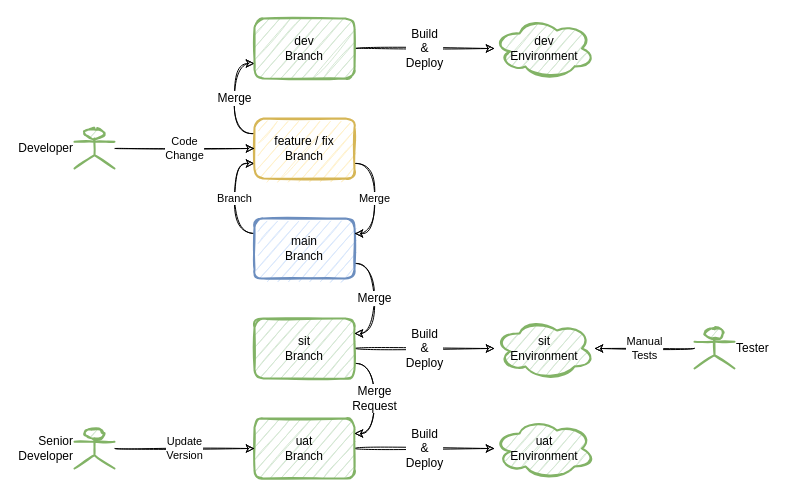
The draw.io diagram page "02-Release Flow" (2 of 7) of gitlab-flow.drawio in andylke/docs-gitlab-flow, before the edit. Source tidied: cells renumbered, new cells numbered last; positions are measured from the earlier drawing's top-left corner, leaving out a move shared by most shapes. Both pictures are drawn from the tidied source at 100%, with x=0, y=0 at pixel (74, 18).
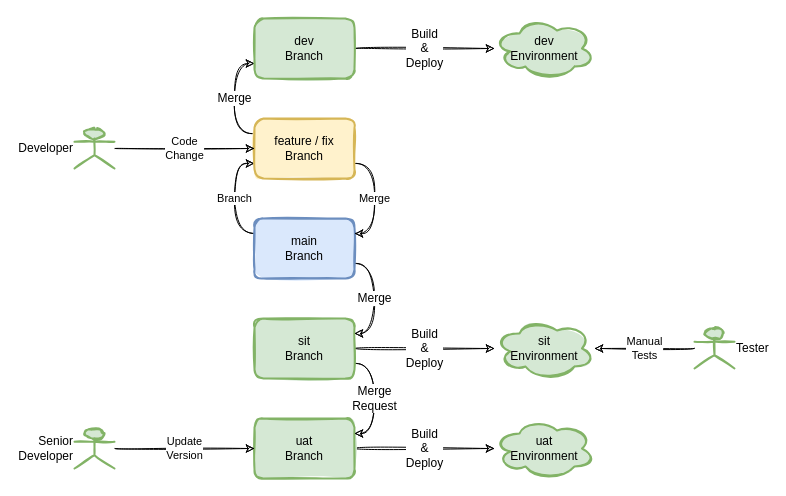
The same diagram, later.

Change to the diagram source:
```diff
@@
-    <mxCell id="3" value="uat&lt;br&gt;Branch" style="rounded=1;whiteSpace=wrap;html=1;sketch=1;fontSize=12;strokeColor=#82b366;strokeWidth=2;fillColor=#d5e8d4;" parent="1" vertex="1">
+    <mxCell id="3" value="uat&lt;br&gt;Branch" style="rounded=1;whiteSpace=wrap;html=1;sketch=1;fontSize=12;strokeColor=#82b366;strokeWidth=2;fillColor=#d5e8d4;fillStyle=solid;" parent="1" vertex="1">
       <mxGeometry x="180" y="400" width="100" height="60" as="geometry" />
     </mxCell>
@@
-    <mxCell id="6" value="sit&lt;br&gt;Branch" style="rounded=1;whiteSpace=wrap;html=1;sketch=1;fontSize=12;strokeColor=#82b366;strokeWidth=2;fillColor=#d5e8d4;" parent="1" vertex="1">
+    <mxCell id="6" value="sit&lt;br&gt;Branch" style="rounded=1;whiteSpace=wrap;html=1;sketch=1;fontSize=12;strokeColor=#82b366;strokeWidth=2;fillColor=#d5e8d4;fillStyle=solid;" parent="1" vertex="1">
       <mxGeometry x="180" y="300" width="100" height="60" as="geometry" />
     </mxCell>
@@
-    <mxCell id="9" value="main&lt;br&gt;Branch" style="rounded=1;whiteSpace=wrap;html=1;sketch=1;fontSize=12;strokeColor=#6c8ebf;strokeWidth=2;fillColor=#dae8fc;" parent="1" vertex="1">
+    <mxCell id="9" value="main&lt;br&gt;Branch" style="rounded=1;whiteSpace=wrap;html=1;sketch=1;fontSize=12;strokeColor=#6c8ebf;strokeWidth=2;fillColor=#dae8fc;fillStyle=solid;" parent="1" vertex="1">
       <mxGeometry x="180" y="200" width="100" height="60" as="geometry" />
     </mxCell>
@@
-    <mxCell id="12" value="feature / fix&lt;br&gt;Branch" style="rounded=1;whiteSpace=wrap;html=1;sketch=1;fontSize=12;strokeColor=#d6b656;strokeWidth=2;fillColor=#fff2cc;" parent="1" vertex="1">
+    <mxCell id="12" value="feature / fix&lt;br&gt;Branch" style="rounded=1;whiteSpace=wrap;html=1;sketch=1;fontSize=12;strokeColor=#d6b656;strokeWidth=2;fillColor=#fff2cc;fillStyle=solid;" parent="1" vertex="1">
       <mxGeometry x="180" y="100" width="100" height="60" as="geometry" />
     </mxCell>
@@
-    <mxCell id="14" value="dev&lt;br&gt;Branch" style="rounded=1;whiteSpace=wrap;html=1;sketch=1;fontSize=12;strokeColor=#82b366;strokeWidth=2;fillColor=#d5e8d4;" parent="1" vertex="1">
+    <mxCell id="14" value="dev&lt;br&gt;Branch" style="rounded=1;whiteSpace=wrap;html=1;sketch=1;fontSize=12;strokeColor=#82b366;strokeWidth=2;fillColor=#d5e8d4;fillStyle=solid;" parent="1" vertex="1">
       <mxGeometry x="180" width="100" height="60" as="geometry" />
     </mxCell>
-    <mxCell id="15" value="dev&lt;br&gt;Environment" style="ellipse;shape=cloud;whiteSpace=wrap;html=1;rounded=1;sketch=1;fontSize=12;strokeColor=#82b366;strokeWidth=2;fillColor=#d5e8d4;" parent="1" vertex="1">
+    <mxCell id="15" value="dev&lt;br&gt;Environment" style="ellipse;shape=cloud;whiteSpace=wrap;html=1;rounded=1;sketch=1;fontSize=12;strokeColor=#82b366;strokeWidth=2;fillColor=#d5e8d4;fillStyle=solid;" parent="1" vertex="1">
       <mxGeometry x="420" width="100" height="60" as="geometry" />
     </mxCell>
-    <mxCell id="16" value="sit&lt;br&gt;Environment" style="ellipse;shape=cloud;whiteSpace=wrap;html=1;rounded=1;sketch=1;fontSize=12;strokeColor=#82b366;strokeWidth=2;fillColor=#d5e8d4;" parent="1" vertex="1">
+    <mxCell id="16" value="sit&lt;br&gt;Environment" style="ellipse;shape=cloud;whiteSpace=wrap;html=1;rounded=1;sketch=1;fontSize=12;strokeColor=#82b366;strokeWidth=2;fillColor=#d5e8d4;fillStyle=solid;" parent="1" vertex="1">
       <mxGeometry x="420" y="300" width="100" height="60" as="geometry" />
     </mxCell>
-    <mxCell id="17" value="uat&lt;br&gt;Environment" style="ellipse;shape=cloud;whiteSpace=wrap;html=1;rounded=1;sketch=1;fontSize=12;strokeColor=#82b366;strokeWidth=2;fillColor=#d5e8d4;" parent="1" vertex="1">
+    <mxCell id="17" value="uat&lt;br&gt;Environment" style="ellipse;shape=cloud;whiteSpace=wrap;html=1;rounded=1;sketch=1;fontSize=12;strokeColor=#82b366;strokeWidth=2;fillColor=#d5e8d4;fillStyle=solid;" parent="1" vertex="1">
       <mxGeometry x="420" y="400" width="100" height="60" as="geometry" />
     </mxCell>
@@
-    <mxCell id="19" value="Developer" style="shape=umlActor;verticalLabelPosition=middle;verticalAlign=middle;html=1;outlineConnect=0;sketch=1;labelPosition=left;align=right;fillColor=#d5e8d4;strokeColor=#82b366;strokeWidth=2;" parent="1" vertex="1">
+    <mxCell id="19" value="Developer" style="shape=umlActor;verticalLabelPosition=middle;verticalAlign=middle;html=1;outlineConnect=0;sketch=1;labelPosition=left;align=right;fillColor=#d5e8d4;strokeColor=#82b366;strokeWidth=2;fillStyle=solid;" parent="1" vertex="1">
       <mxGeometry y="110" width="40" height="40" as="geometry" />
     </mxCell>
@@
-    <mxCell id="21" value="Senior&lt;br&gt;Developer" style="shape=umlActor;verticalLabelPosition=middle;verticalAlign=middle;html=1;outlineConnect=0;sketch=1;labelPosition=left;align=right;strokeWidth=2;fillColor=#d5e8d4;strokeColor=#82b366;" parent="1" vertex="1">
+    <mxCell id="21" value="Senior&lt;br&gt;Developer" style="shape=umlActor;verticalLabelPosition=middle;verticalAlign=middle;html=1;outlineConnect=0;sketch=1;labelPosition=left;align=right;strokeWidth=2;fillColor=#d5e8d4;strokeColor=#82b366;fillStyle=solid;" parent="1" vertex="1">
       <mxGeometry y="410" width="40" height="40" as="geometry" />
     </mxCell>
@@
-    <mxCell id="23" value="Tester" style="shape=umlActor;verticalLabelPosition=middle;verticalAlign=middle;html=1;outlineConnect=0;sketch=1;labelPosition=right;align=left;fillColor=#d5e8d4;strokeColor=#82b366;strokeWidth=2;" parent="1" vertex="1">
+    <mxCell id="23" value="Tester" style="shape=umlActor;verticalLabelPosition=middle;verticalAlign=middle;html=1;outlineConnect=0;sketch=1;labelPosition=right;align=left;fillColor=#d5e8d4;strokeColor=#82b366;strokeWidth=2;fillStyle=solid;" parent="1" vertex="1">
       <mxGeometry x="620" y="310" width="40" height="40" as="geometry" />
     </mxCell>
```
